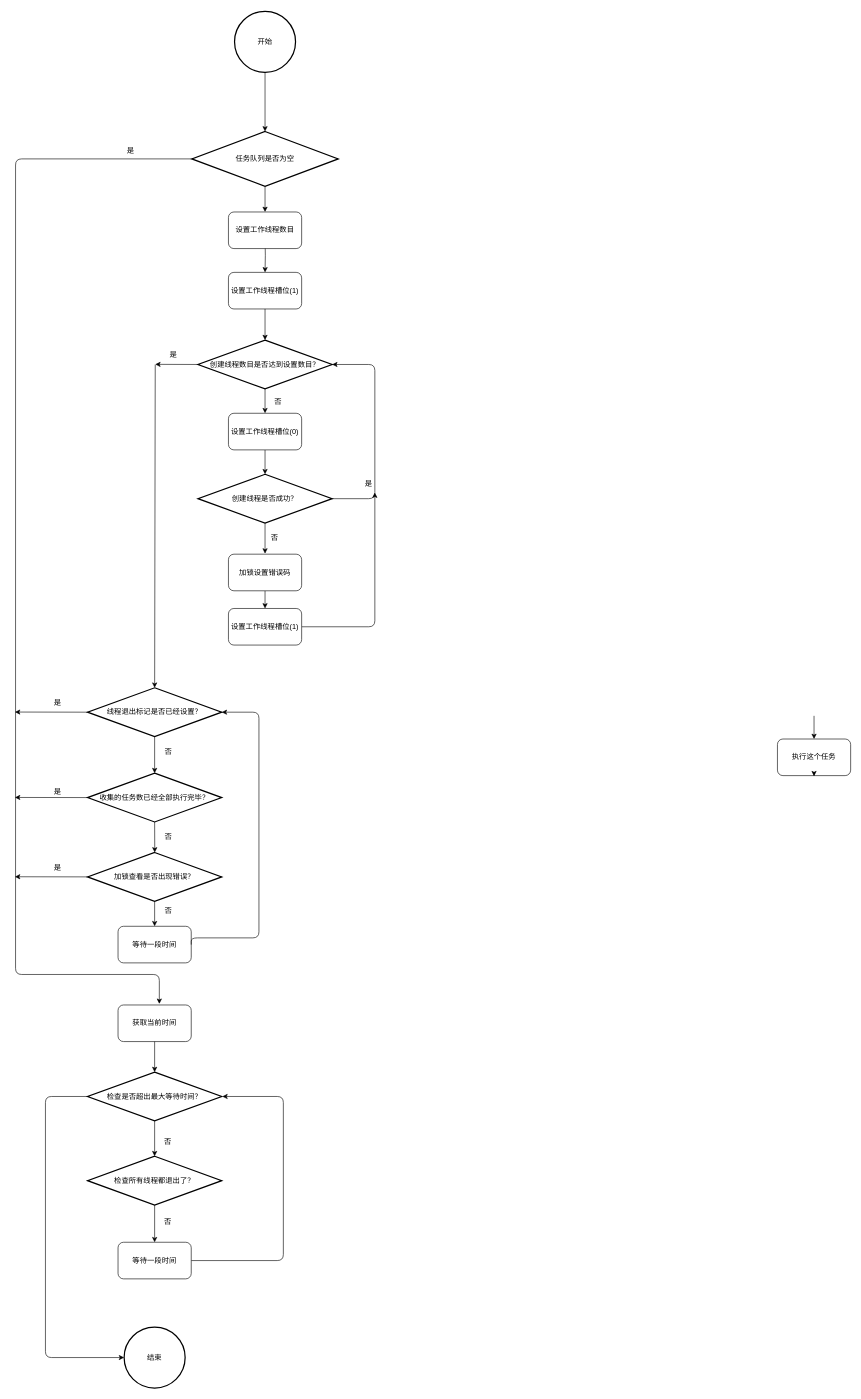
Above: page "3-main-Thread" (3 of 3) of drawio/br_restore_distribution_recyle.drawio in yuhaijun999/bak (draw.io), before the change. Source tidied: cells renumbered, new cells numbered last; positions are measured from the earlier drawing's top-left corner, leaving out a move shared by most shapes. Both pictures are drawn from the tidied source at 61%, with x=0, y=0 at pixel (15, 11).
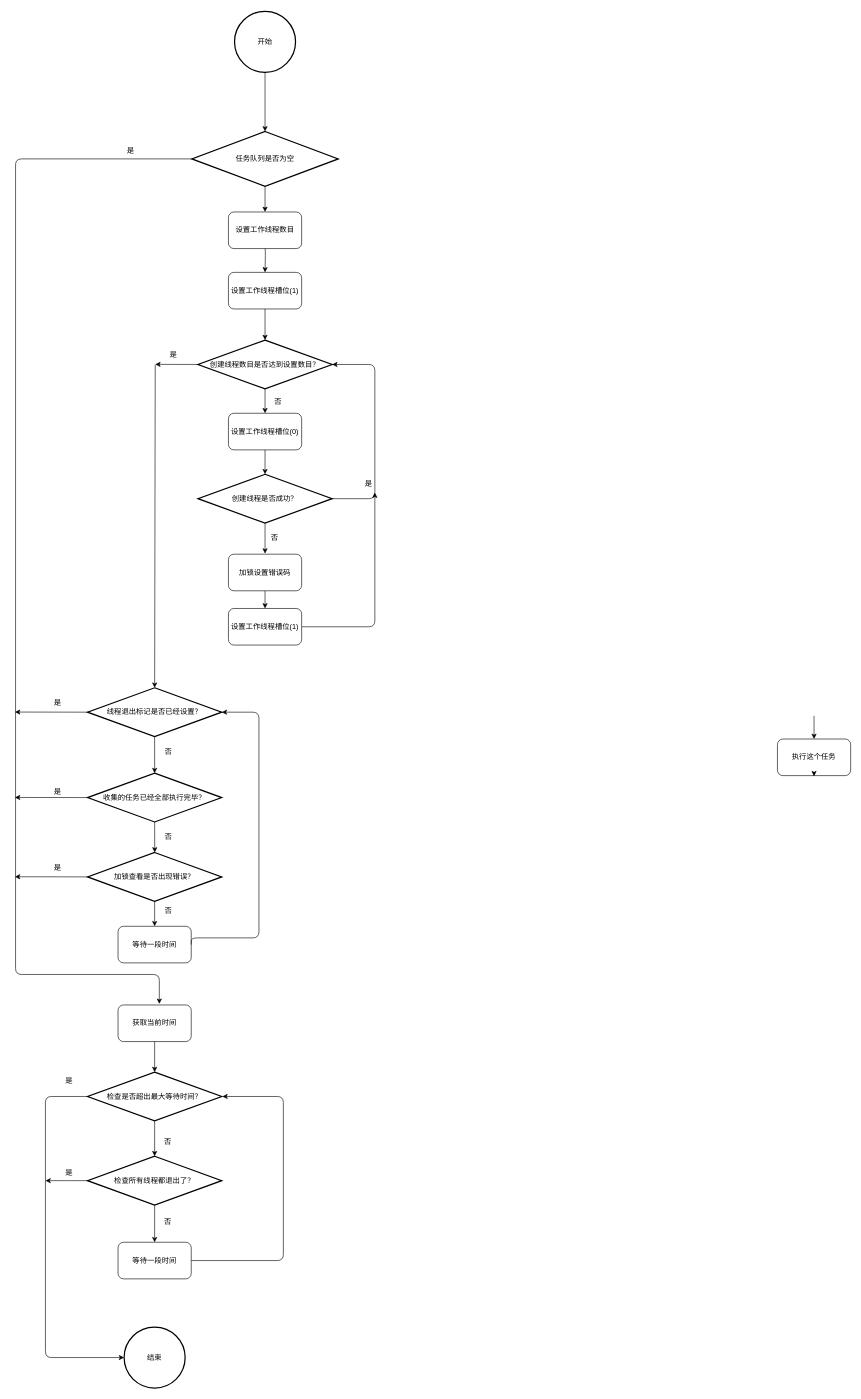
Above is the later version.

Unchanged cells that the change refers to:
```xml
<mxCell id="53" value="&lt;span style=&quot;color: rgb(0, 0, 0);&quot;&gt;检查所有线程都退出了？&lt;/span&gt;" style="strokeWidth=2;html=1;shape=mxgraph.flowchart.decision;whiteSpace=wrap;" parent="1" vertex="1">
  <mxGeometry x="119" y="1877" width="220" height="80" as="geometry" />
</mxCell>
```

Change to the diagram source:
```diff
@@
-    <mxCell id="38" value="收集的任务数已经全部执行完毕？" style="strokeWidth=2;html=1;shape=mxgraph.flowchart.decision;whiteSpace=wrap;" parent="1" vertex="1">
+    <mxCell id="38" value="收集的任务已经全部执行完毕？" style="strokeWidth=2;html=1;shape=mxgraph.flowchart.decision;whiteSpace=wrap;" parent="1" vertex="1">
       <mxGeometry x="119" y="1249" width="220" height="80" as="geometry" />
     </mxCell>
@@
+    <mxCell id="61" style="edgeStyle=orthogonalEdgeStyle;rounded=0;jettySize=auto;html=1;exitX=0;exitY=0.5;exitDx=0;exitDy=0;exitPerimeter=0;" parent="1" edge="1" source="53">
+      <mxGeometry relative="1" as="geometry">
+        <mxPoint x="50" y="1917" as="targetPoint" />
+      </mxGeometry>
+    </mxCell>
@@
+    <mxCell id="62" value="是" style="text;html=1;align=center;verticalAlign=middle;whiteSpace=wrap;rounded=0;" parent="1" vertex="1">
+      <mxGeometry x="59" y="1739" width="60" height="30" as="geometry" />
+    </mxCell>
+    <mxCell id="63" value="是" style="text;html=1;align=center;verticalAlign=middle;whiteSpace=wrap;rounded=0;" parent="1" vertex="1">
+      <mxGeometry x="59" y="1889" width="60" height="30" as="geometry" />
+    </mxCell>
```
